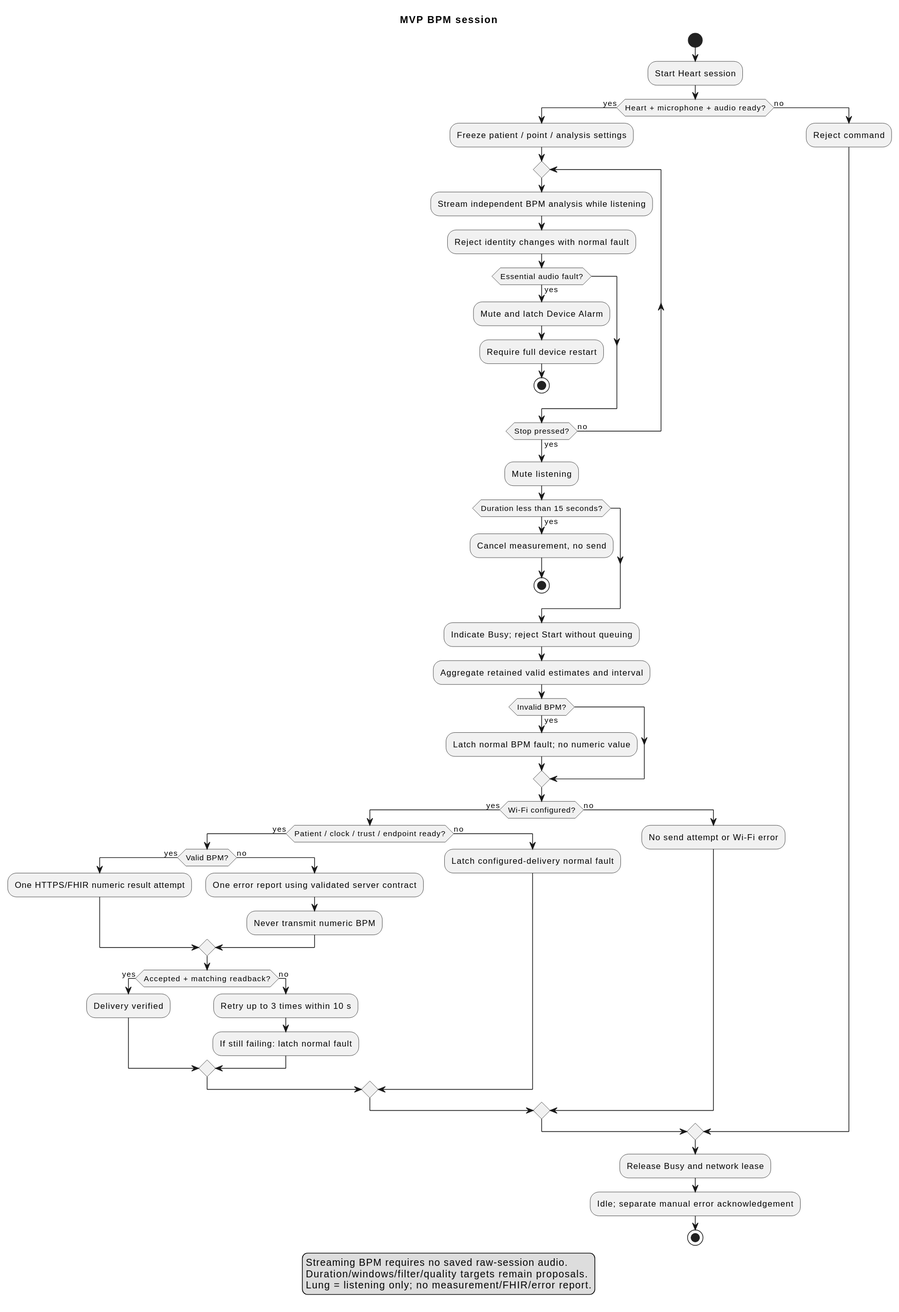
The PlantUML diagram Development/system/architecture/rendered/measurement_workflow.svg in DemonicPsychoII/DigitalStethoscope, before a commit.
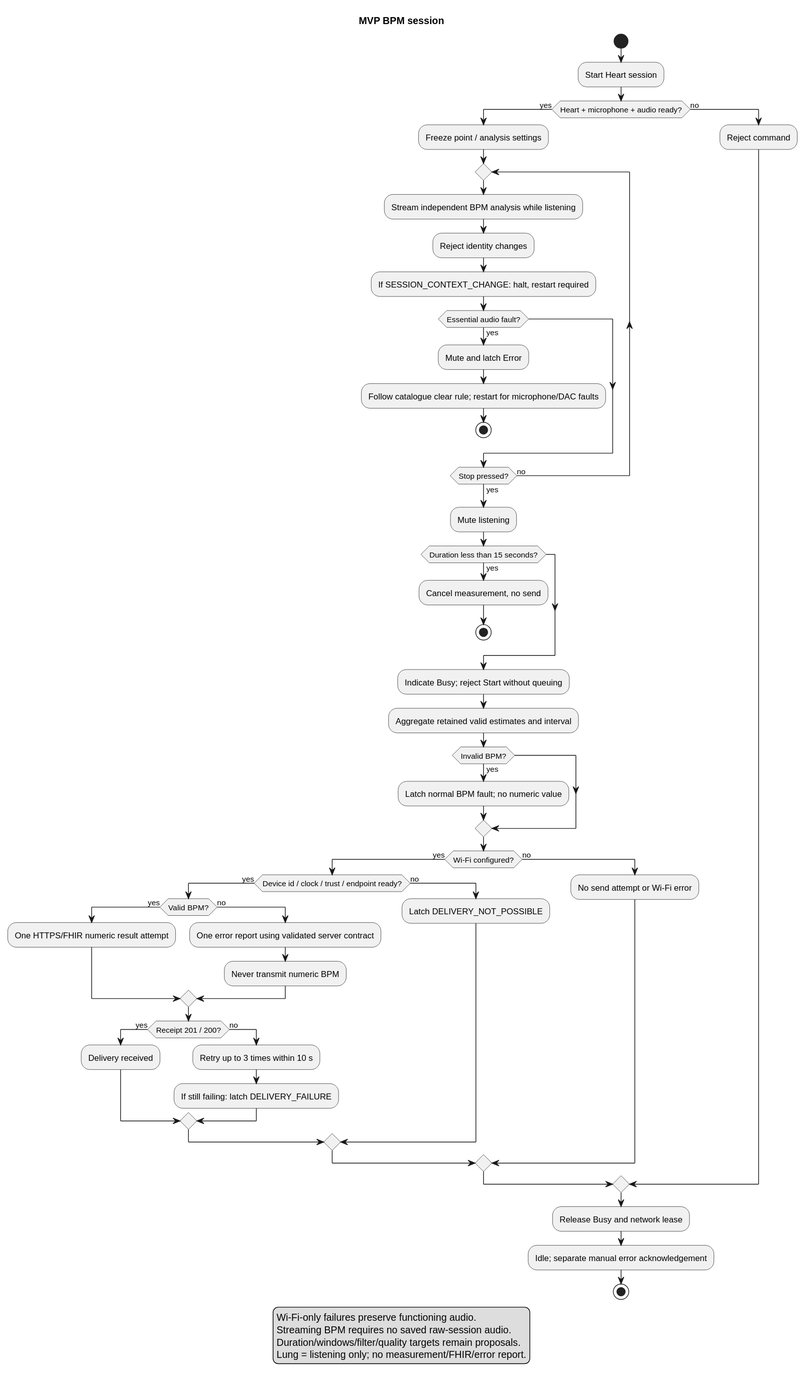
Later version of the same file.

Diff of the diagram source:
```diff
@@ -5,13 +5,14 @@
 start
 :Start Heart session;
 if (Heart + microphone + audio ready?) then (yes)
- :Freeze patient / point / analysis settings;
+ :Freeze point / analysis settings;
  repeat
   :Stream independent BPM analysis while listening;
-  :Reject identity changes with normal fault;
+  :Reject identity changes;
+  :If SESSION_CONTEXT_CHANGE: halt, restart required;
   if (Essential audio fault?) then (yes)
-   :Mute and latch Device Alarm;
-   :Require full device restart;
+   :Mute and latch Error;
+   :Follow catalogue clear rule; restart for microphone/DAC faults;
    stop
   endif
  repeat while (Stop pressed?) is (no) not (yes)
@@ -26,21 +27,21 @@
   :Latch normal BPM fault; no numeric value;
  endif
  if (Wi-Fi configured?) then (yes)
-  if (Patient / clock / trust / endpoint ready?) then (yes)
+  if (Device id / clock / trust / endpoint ready?) then (yes)
    if (Valid BPM?) then (yes)
     :One HTTPS/FHIR numeric result attempt;
    else (no)
     :One error report using validated server contract;
     :Never transmit numeric BPM;
    endif
-   if (Accepted + matching readback?) then (yes)
-    :Delivery verified;
+   if (Receipt 201 / 200?) then (yes)
+    :Delivery received;
    else (no)
     :Retry up to 3 times within 10 s;
-    :If still failing: latch normal fault;
+    :If still failing: latch DELIVERY_FAILURE;
    endif
   else (no)
-   :Latch configured-delivery normal fault;
+   :Latch DELIVERY_NOT_POSSIBLE;
   endif
  else (no)
   :No send attempt or Wi-Fi error;
@@ -52,6 +53,7 @@
 :Idle; separate manual error acknowledgement;
 stop
 legend bottom
+  Wi-Fi-only failures preserve functioning audio.
   Streaming BPM requires no saved raw-session audio.
   Duration/windows/filter/quality targets remain proposals.
   Lung = listening only; no measurement/FHIR/error report.
```
